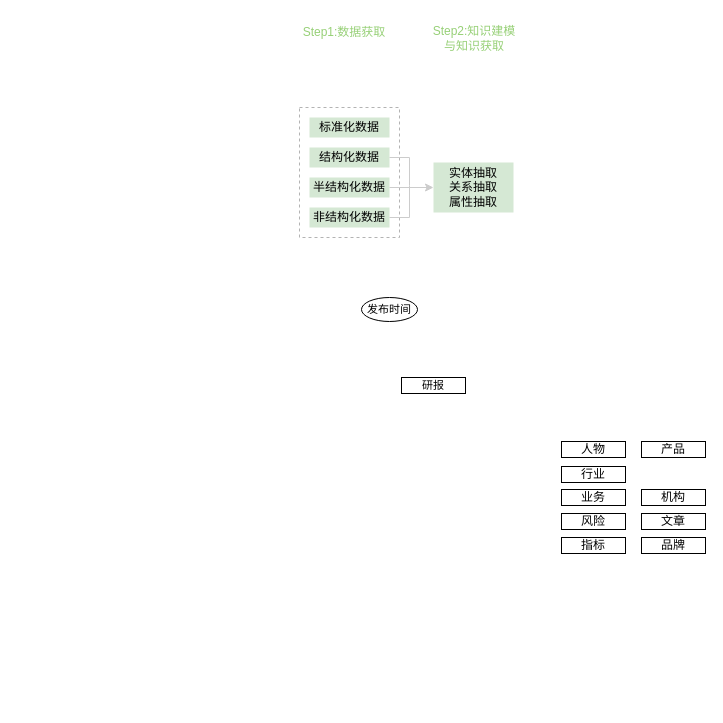
This is 金融知识图谱构建初探.drawio from CindyZX/drawio_figures, a draw.io file, before an edit. Source tidied: cells renumbered, new cells numbered last; positions are measured from the earlier drawing's top-left corner, leaving out a move shared by most shapes. Both pictures are drawn from the tidied source at 100%, with x=0, y=0 at pixel (299, 17).
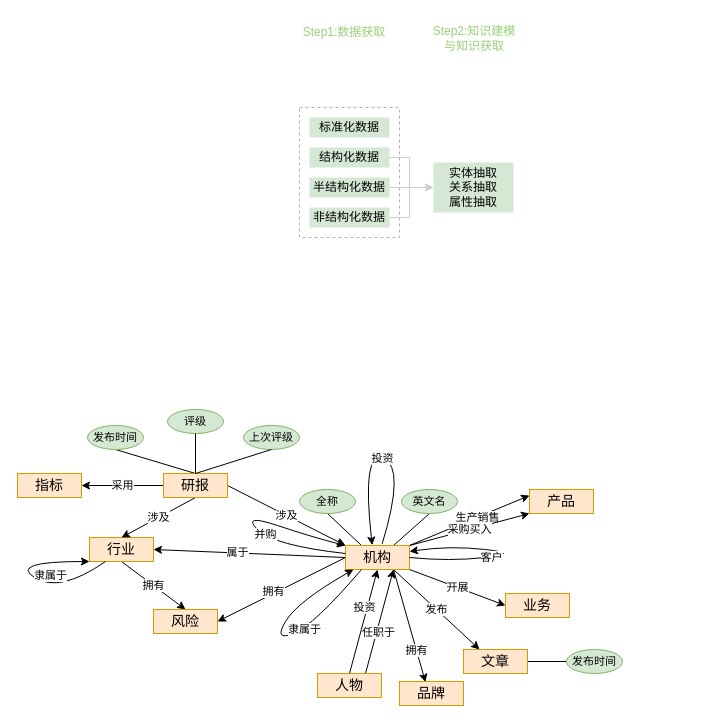
Above is the later version.

Commit message:
更新金融知识图谱构建初探.drawio

What changed in the source:
```diff
@@
+    <mxCell id="24" style="rounded=0;jettySize=auto;html=1;exitX=0.75;exitY=0;exitDx=0;exitDy=0;entryX=0.75;entryY=1;entryDx=0;entryDy=0;" parent="1" edge="1" source="13" target="18">
+      <mxGeometry relative="1" as="geometry" />
+    </mxCell>
+    <mxCell id="25" value="任职于" style="edgeLabel;html=1;align=center;verticalAlign=middle;" parent="24" vertex="1">
+      <mxGeometry x="-0.2" y="-1" relative="1" as="geometry" />
+    </mxCell>
+    <mxCell id="26" style="rounded=0;jettySize=auto;html=1;exitX=0.5;exitY=0;exitDx=0;exitDy=0;entryX=0.5;entryY=1;entryDx=0;entryDy=0;" parent="1" edge="1" source="13" target="18">
+      <mxGeometry relative="1" as="geometry" />
+    </mxCell>
+    <mxCell id="27" value="投资" style="edgeLabel;html=1;align=center;verticalAlign=middle;" parent="26" vertex="1">
+      <mxGeometry x="0.27" y="3" relative="1" as="geometry" />
+    </mxCell>
-    <mxCell id="13" value="人物" style="whiteSpace=wrap;html=1;align=center;" parent="1" vertex="1">
-      <mxGeometry x="262" y="424" width="64" height="16" as="geometry" />
+    <mxCell id="13" value="&lt;font style=&quot;font-size: 14px;&quot;&gt;人物&lt;/font&gt;" style="whiteSpace=wrap;html=1;align=center;fontSize=14;fillColor=#ffe6cc;strokeColor=#d79b00;" parent="1" vertex="1">
+      <mxGeometry x="18" y="656" width="64" height="24" as="geometry" />
     </mxCell>
+    <mxCell id="28" value="拥有" style="rounded=0;jettySize=auto;html=1;exitX=0.5;exitY=1;exitDx=0;exitDy=0;entryX=0.5;entryY=0;entryDx=0;entryDy=0;" parent="1" edge="1" source="14" target="19">
+      <mxGeometry relative="1" as="geometry" />
+    </mxCell>
-    <mxCell id="14" value="行业" style="whiteSpace=wrap;html=1;align=center;" parent="1" vertex="1">
-      <mxGeometry x="262" y="449" width="64" height="16" as="geometry" />
+    <mxCell id="14" value="行业" style="whiteSpace=wrap;html=1;align=center;fontSize=14;fillColor=#ffe6cc;strokeColor=#d79b00;" parent="1" vertex="1">
+      <mxGeometry x="-210" y="520" width="64" height="24" as="geometry" />
     </mxCell>
-    <mxCell id="15" value="业务" style="whiteSpace=wrap;html=1;align=center;" parent="1" vertex="1">
-      <mxGeometry x="262" y="472" width="64" height="16" as="geometry" />
+    <mxCell id="15" value="业务" style="whiteSpace=wrap;html=1;align=center;fontSize=14;fillColor=#ffe6cc;strokeColor=#d79b00;" parent="1" vertex="1">
+      <mxGeometry x="206" y="576" width="64" height="24" as="geometry" />
     </mxCell>
-    <mxCell id="16" value="产品" style="whiteSpace=wrap;html=1;align=center;" parent="1" vertex="1">
-      <mxGeometry x="342" y="424" width="64" height="16" as="geometry" />
+    <mxCell id="16" value="产品" style="whiteSpace=wrap;html=1;align=center;fontSize=14;fillColor=#ffe6cc;strokeColor=#d79b00;" parent="1" vertex="1">
+      <mxGeometry x="230" y="472" width="64" height="24" as="geometry" />
     </mxCell>
+    <mxCell id="29" style="rounded=0;jettySize=auto;html=1;exitX=0.5;exitY=0;exitDx=0;exitDy=0;entryX=0.5;entryY=1;entryDx=0;entryDy=0;endArrow=none;endFill=0;" parent="1" edge="1" source="17" target="23">
+      <mxGeometry relative="1" as="geometry" />
+    </mxCell>
+    <mxCell id="30" value="涉及" style="rounded=0;jettySize=auto;html=1;exitX=1;exitY=0.5;exitDx=0;exitDy=0;entryX=0;entryY=0;entryDx=0;entryDy=0;" parent="1" edge="1" source="17" target="18">
+      <mxGeometry relative="1" as="geometry" />
+    </mxCell>
+    <mxCell id="31" value="涉及" style="rounded=0;jettySize=auto;html=1;exitX=0.5;exitY=1;exitDx=0;exitDy=0;entryX=0.5;entryY=0;entryDx=0;entryDy=0;" parent="1" edge="1" source="17" target="14">
+      <mxGeometry relative="1" as="geometry" />
+    </mxCell>
+    <mxCell id="32" value="采用" style="edgeStyle=orthogonalEdgeStyle;rounded=0;jettySize=auto;html=1;exitX=0;exitY=0.5;exitDx=0;exitDy=0;entryX=1;entryY=0.5;entryDx=0;entryDy=0;" parent="1" edge="1" source="17" target="21">
+      <mxGeometry relative="1" as="geometry" />
+    </mxCell>
-    <mxCell id="17" value="&lt;font style=&quot;font-size: 11px;&quot;&gt;研报&lt;/font&gt;" style="whiteSpace=wrap;html=1;align=center;" parent="1" vertex="1">
-      <mxGeometry x="102" y="360" width="64" height="16" as="geometry" />
+    <mxCell id="17" value="&lt;font style=&quot;font-size: 14px;&quot;&gt;研报&lt;/font&gt;" style="whiteSpace=wrap;html=1;align=center;fillColor=#ffe6cc;strokeColor=#d79b00;" parent="1" vertex="1">
+      <mxGeometry x="-136" y="456" width="64" height="24" as="geometry" />
     </mxCell>
+    <mxCell id="33" style="rounded=0;jettySize=auto;html=1;exitX=0.25;exitY=0;exitDx=0;exitDy=0;entryX=0.5;entryY=1;entryDx=0;entryDy=0;endArrow=none;endFill=0;" parent="1" edge="1" source="18" target="49">
+      <mxGeometry relative="1" as="geometry" />
+    </mxCell>
+    <mxCell id="34" style="rounded=0;jettySize=auto;html=1;exitX=0.75;exitY=0;exitDx=0;exitDy=0;entryX=0.5;entryY=1;entryDx=0;entryDy=0;endArrow=none;endFill=0;" parent="1" edge="1" source="18" target="50">
+      <mxGeometry relative="1" as="geometry" />
+    </mxCell>
+    <mxCell id="35" value="发布" style="rounded=0;jettySize=auto;html=1;exitX=0.75;exitY=1;exitDx=0;exitDy=0;entryX=0.25;entryY=0;entryDx=0;entryDy=0;" parent="1" edge="1" source="18" target="20">
+      <mxGeometry relative="1" as="geometry" />
+    </mxCell>
+    <mxCell id="36" value="开展" style="rounded=0;jettySize=auto;html=1;exitX=1;exitY=1;exitDx=0;exitDy=0;entryX=0;entryY=0.5;entryDx=0;entryDy=0;" parent="1" edge="1" source="18" target="15">
+      <mxGeometry relative="1" as="geometry" />
+    </mxCell>
+    <mxCell id="37" style="rounded=0;jettySize=auto;html=1;exitX=1;exitY=0;exitDx=0;exitDy=0;entryX=0;entryY=0.25;entryDx=0;entryDy=0;" parent="1" edge="1" source="18" target="16">
+      <mxGeometry relative="1" as="geometry" />
+    </mxCell>
+    <mxCell id="38" value="生产销售" style="edgeLabel;html=1;align=center;verticalAlign=middle;" parent="37" vertex="1">
+      <mxGeometry x="0.12" y="1" relative="1" as="geometry" />
+    </mxCell>
+    <mxCell id="39" value="采购买入" style="rounded=0;jettySize=auto;html=1;exitX=1;exitY=0;exitDx=0;exitDy=0;entryX=0;entryY=1;entryDx=0;entryDy=0;" parent="1" edge="1" source="18" target="16">
+      <mxGeometry relative="1" as="geometry" />
+    </mxCell>
+    <mxCell id="40" style="rounded=0;jettySize=auto;html=1;exitX=0.75;exitY=1;exitDx=0;exitDy=0;entryX=0.406;entryY=0.028;entryDx=0;entryDy=0;entryPerimeter=0;" parent="1" edge="1" source="18" target="22">
+      <mxGeometry relative="1" as="geometry" />
+    </mxCell>
+    <mxCell id="41" value="拥有" style="edgeLabel;html=1;align=center;verticalAlign=middle;" parent="40" vertex="1">
+      <mxGeometry x="0.44" relative="1" as="geometry" />
+    </mxCell>
+    <mxCell id="42" style="rounded=0;jettySize=auto;html=1;exitX=0;exitY=0.5;exitDx=0;exitDy=0;entryX=1;entryY=0.5;entryDx=0;entryDy=0;" parent="1" edge="1" source="18" target="19">
+      <mxGeometry relative="1" as="geometry" />
+    </mxCell>
+    <mxCell id="43" value="拥有" style="edgeLabel;html=1;align=center;verticalAlign=middle;" parent="42" vertex="1">
+      <mxGeometry x="0.12" y="-1" relative="1" as="geometry">
+        <mxPoint y="-1" as="offset" />
+      </mxGeometry>
+    </mxCell>
+    <mxCell id="44" style="rounded=0;jettySize=auto;html=1;exitX=0;exitY=0.5;exitDx=0;exitDy=0;entryX=1;entryY=0.5;entryDx=0;entryDy=0;" parent="1" edge="1" source="18" target="14">
+      <mxGeometry relative="1" as="geometry" />
+    </mxCell>
+    <mxCell id="45" value="属于" style="edgeLabel;html=1;align=center;verticalAlign=middle;" parent="44" vertex="1">
+      <mxGeometry x="0.13" y="-1" relative="1" as="geometry" />
+    </mxCell>
-    <mxCell id="18" value="机构" style="whiteSpace=wrap;html=1;align=center;" parent="1" vertex="1">
-      <mxGeometry x="342" y="472" width="64" height="16" as="geometry" />
+    <mxCell id="18" value="机构" style="whiteSpace=wrap;html=1;align=center;fontSize=14;fillColor=#ffe6cc;strokeColor=#d79b00;" parent="1" vertex="1">
+      <mxGeometry x="46" y="528" width="64" height="24" as="geometry" />
     </mxCell>
-    <mxCell id="19" value="风险" style="whiteSpace=wrap;html=1;align=center;" parent="1" vertex="1">
-      <mxGeometry x="262" y="496" width="64" height="16" as="geometry" />
+    <mxCell id="19" value="风险" style="whiteSpace=wrap;html=1;align=center;fontSize=14;fillColor=#ffe6cc;strokeColor=#d79b00;" parent="1" vertex="1">
+      <mxGeometry x="-146" y="592" width="64" height="24" as="geometry" />
     </mxCell>
+    <mxCell id="46" style="edgeStyle=orthogonalEdgeStyle;rounded=0;jettySize=auto;html=1;exitX=1;exitY=0.5;exitDx=0;exitDy=0;endArrow=none;endFill=0;" parent="1" edge="1" source="20" target="51">
+      <mxGeometry relative="1" as="geometry" />
+    </mxCell>
-    <mxCell id="20" value="文章" style="whiteSpace=wrap;html=1;align=center;" parent="1" vertex="1">
-      <mxGeometry x="342" y="496" width="64" height="16" as="geometry" />
+    <mxCell id="20" value="文章" style="whiteSpace=wrap;html=1;align=center;fontSize=14;fillColor=#ffe6cc;strokeColor=#d79b00;" parent="1" vertex="1">
+      <mxGeometry x="164" y="632" width="64" height="24" as="geometry" />
     </mxCell>
-    <mxCell id="21" value="指标" style="whiteSpace=wrap;html=1;align=center;" parent="1" vertex="1">
-      <mxGeometry x="262" y="520" width="64" height="16" as="geometry" />
+    <mxCell id="21" value="指标" style="whiteSpace=wrap;html=1;align=center;fontSize=14;fillColor=#ffe6cc;strokeColor=#d79b00;" parent="1" vertex="1">
+      <mxGeometry x="-282" y="456" width="64" height="24" as="geometry" />
     </mxCell>
-    <mxCell id="22" value="品牌" style="whiteSpace=wrap;html=1;align=center;" parent="1" vertex="1">
-      <mxGeometry x="342" y="520" width="64" height="16" as="geometry" />
+    <mxCell id="22" value="品牌" style="whiteSpace=wrap;html=1;align=center;fontSize=14;fillColor=#ffe6cc;strokeColor=#d79b00;" parent="1" vertex="1">
+      <mxGeometry x="100" y="664" width="64" height="24" as="geometry" />
     </mxCell>
-    <mxCell id="23" value="&lt;p&gt;&lt;font style=&quot;font-size: 11px;&quot;&gt;发布时间&lt;/font&gt;&lt;/p&gt;" style="ellipse;whiteSpace=wrap;html=1;align=center;" parent="1" vertex="1">
-      <mxGeometry x="62" y="280" width="56" height="24" as="geometry" />
+    <mxCell id="23" value="&lt;p&gt;&lt;font style=&quot;font-size: 11px;&quot;&gt;发布时间&lt;/font&gt;&lt;/p&gt;" style="ellipse;whiteSpace=wrap;html=1;align=center;fillColor=#d5e8d4;strokeColor=#82b366;" parent="1" vertex="1">
+      <mxGeometry x="-212" y="408" width="56" height="24" as="geometry" />
     </mxCell>
+    <mxCell id="47" value="&lt;p&gt;&lt;font style=&quot;font-size: 11px;&quot;&gt;评级&lt;/font&gt;&lt;/p&gt;" style="ellipse;whiteSpace=wrap;html=1;align=center;fillColor=#d5e8d4;strokeColor=#82b366;" parent="1" vertex="1">
+      <mxGeometry x="-132" y="392" width="56" height="24" as="geometry" />
+    </mxCell>
+    <mxCell id="48" value="&lt;p&gt;&lt;font style=&quot;font-size: 11px;&quot;&gt;上次评级&lt;/font&gt;&lt;/p&gt;" style="ellipse;whiteSpace=wrap;html=1;align=center;fillColor=#d5e8d4;strokeColor=#82b366;" parent="1" vertex="1">
+      <mxGeometry x="-56" y="408" width="56" height="24" as="geometry" />
+    </mxCell>
+    <mxCell id="49" value="&lt;p&gt;&lt;font style=&quot;font-size: 11px;&quot;&gt;全称&lt;/font&gt;&lt;/p&gt;" style="ellipse;whiteSpace=wrap;html=1;align=center;fillColor=#d5e8d4;strokeColor=#82b366;" parent="1" vertex="1">
+      <mxGeometry y="472" width="56" height="24" as="geometry" />
+    </mxCell>
+    <mxCell id="50" value="&lt;p&gt;&lt;font style=&quot;font-size: 11px;&quot;&gt;英文名&lt;/font&gt;&lt;/p&gt;" style="ellipse;whiteSpace=wrap;html=1;align=center;fillColor=#d5e8d4;strokeColor=#82b366;" parent="1" vertex="1">
+      <mxGeometry x="102" y="472" width="56" height="24" as="geometry" />
+    </mxCell>
+    <mxCell id="51" value="&lt;p&gt;&lt;font style=&quot;font-size: 11px;&quot;&gt;发布时间&lt;/font&gt;&lt;/p&gt;" style="ellipse;whiteSpace=wrap;html=1;align=center;fillColor=#d5e8d4;strokeColor=#82b366;" parent="1" vertex="1">
+      <mxGeometry x="267" y="632" width="56" height="24" as="geometry" />
+    </mxCell>
+    <mxCell id="52" style="curved=1;endArrow=classic;html=1;rounded=0;" parent="1" edge="1">
+      <mxGeometry relative="1" as="geometry">
+        <mxPoint x="46" y="536" as="sourcePoint" />
+        <mxPoint x="46" y="528" as="targetPoint" />
+        <Array as="points">
+          <mxPoint x="-26" y="528" />
+          <mxPoint x="-58" y="496" />
+          <mxPoint x="14" y="520" />
+        </Array>
+      </mxGeometry>
+    </mxCell>
+    <mxCell id="53" value="并购" style="edgeLabel;html=1;align=center;verticalAlign=middle;" parent="52" vertex="1">
+      <mxGeometry x="-0.23" y="-2" relative="1" as="geometry" />
+    </mxCell>
+    <mxCell id="54" style="curved=1;endArrow=classic;html=1;rounded=0;exitX=0.25;exitY=1;exitDx=0;exitDy=0;" parent="1" edge="1" source="18">
+      <mxGeometry relative="1" as="geometry">
+        <mxPoint x="54" y="552" as="targetPoint" />
+        <Array as="points">
+          <mxPoint x="14" y="608" />
+          <mxPoint x="-26" y="624" />
+          <mxPoint x="-2" y="584" />
+        </Array>
+      </mxGeometry>
+    </mxCell>
+    <mxCell id="55" value="隶属于" style="edgeLabel;html=1;align=center;verticalAlign=middle;" parent="54" vertex="1">
+      <mxGeometry x="-0.26" relative="1" as="geometry" />
+    </mxCell>
+    <mxCell id="56" style="curved=1;endArrow=classic;html=1;rounded=0;exitX=0.573;exitY=-0.069;exitDx=0;exitDy=0;exitPerimeter=0;entryX=0.417;entryY=-0.014;entryDx=0;entryDy=0;entryPerimeter=0;" parent="1" edge="1" source="18" target="18">
+      <mxGeometry relative="1" as="geometry">
+        <Array as="points">
+          <mxPoint x="106" y="450" />
+          <mxPoint x="62" y="432" />
+        </Array>
+      </mxGeometry>
+    </mxCell>
+    <mxCell id="57" value="投资" style="edgeLabel;html=1;align=center;verticalAlign=middle;" parent="56" vertex="1">
+      <mxGeometry x="-0.06" relative="1" as="geometry" />
+    </mxCell>
+    <mxCell id="58" style="curved=1;endArrow=classic;html=1;rounded=0;exitX=1;exitY=0.5;exitDx=0;exitDy=0;entryX=1;entryY=0.25;entryDx=0;entryDy=0;" parent="1" edge="1" source="18" target="18">
+      <mxGeometry relative="1" as="geometry">
+        <Array as="points">
+          <mxPoint x="150" y="544" />
+          <mxPoint x="222" y="536" />
+          <mxPoint x="150" y="528" />
+        </Array>
+      </mxGeometry>
+    </mxCell>
+    <mxCell id="59" value="客户" style="edgeLabel;html=1;align=center;verticalAlign=middle;" parent="58" vertex="1">
+      <mxGeometry x="-0.27" relative="1" as="geometry" />
+    </mxCell>
+    <mxCell id="60" style="rounded=0;jettySize=auto;html=1;exitX=0.5;exitY=0;exitDx=0;exitDy=0;entryX=0.5;entryY=1;entryDx=0;entryDy=0;endArrow=none;endFill=0;" parent="1" edge="1" source="17" target="47">
+      <mxGeometry relative="1" as="geometry" />
+    </mxCell>
+    <mxCell id="61" style="rounded=0;jettySize=auto;html=1;exitX=0.5;exitY=0;exitDx=0;exitDy=0;entryX=0.5;entryY=1;entryDx=0;entryDy=0;endArrow=none;endFill=0;" parent="1" edge="1" source="17" target="48">
+      <mxGeometry relative="1" as="geometry" />
+    </mxCell>
+    <mxCell id="62" style="curved=1;endArrow=classic;html=1;rounded=0;exitX=0.25;exitY=1;exitDx=0;exitDy=0;entryX=0;entryY=1;entryDx=0;entryDy=0;" parent="1" edge="1" source="14" target="14">
+      <mxGeometry relative="1" as="geometry">
+        <Array as="points">
+          <mxPoint x="-240" y="576" />
+          <mxPoint x="-290" y="544" />
+        </Array>
+      </mxGeometry>
+    </mxCell>
+    <mxCell id="63" value="隶属于" style="edgeLabel;html=1;align=center;verticalAlign=middle;" parent="62" vertex="1">
+      <mxGeometry x="-0.24" y="-10" relative="1" as="geometry" />
+    </mxCell>
```
